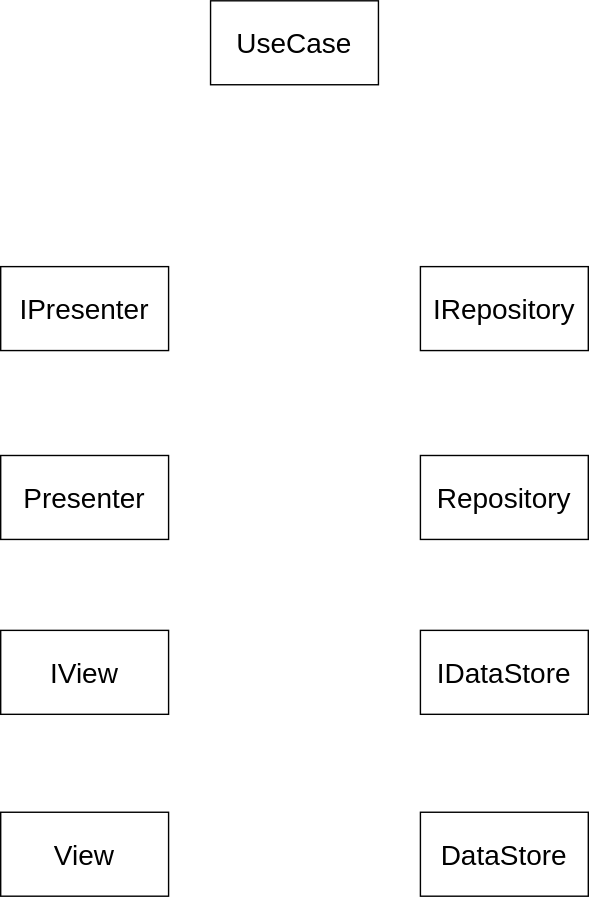
Before: Docs/ProjectArchitecture.svg, a diagram exported from draw.io (ShotaKasuya/CanKicking). Source tidied: cells renumbered, new cells last; positions are measured from the earlier drawing's top-left corner, leaving out a move shared by most shapes. Source of this version:
```xml
<mxGraphModel>
  <root>
    <mxCell id="0" />
    <mxCell id="1" parent="0" />
    <mxCell id="2" value="UseCase" style="rounded=0;whiteSpace=wrap;html=1;fontSize=20;" parent="1" vertex="1">
      <mxGeometry x="150" width="120" height="60" as="geometry" />
    </mxCell>
    <mxCell id="3" value="IPresenter" style="rounded=0;whiteSpace=wrap;html=1;fontSize=20;" parent="1" vertex="1">
      <mxGeometry y="190" width="120" height="60" as="geometry" />
    </mxCell>
    <mxCell id="4" value="IRepository" style="rounded=0;whiteSpace=wrap;html=1;fontSize=20;" parent="1" vertex="1">
      <mxGeometry x="300" y="190" width="120" height="60" as="geometry" />
    </mxCell>
    <mxCell id="5" value="Repository" style="rounded=0;whiteSpace=wrap;html=1;fontSize=20;" parent="1" vertex="1">
      <mxGeometry x="300" y="325" width="120" height="60" as="geometry" />
    </mxCell>
    <mxCell id="6" value="Presenter" style="rounded=0;whiteSpace=wrap;html=1;fontSize=20;" parent="1" vertex="1">
      <mxGeometry y="325" width="120" height="60" as="geometry" />
    </mxCell>
    <mxCell id="7" value="IView" style="rounded=0;whiteSpace=wrap;html=1;fontSize=20;" parent="1" vertex="1">
      <mxGeometry y="450" width="120" height="60" as="geometry" />
    </mxCell>
    <mxCell id="8" value="IDataStore" style="rounded=0;whiteSpace=wrap;html=1;fontSize=20;" parent="1" vertex="1">
      <mxGeometry x="300" y="450" width="120" height="60" as="geometry" />
    </mxCell>
    <mxCell id="9" value="View" style="rounded=0;whiteSpace=wrap;html=1;fontSize=20;" parent="1" vertex="1">
      <mxGeometry y="580" width="120" height="60" as="geometry" />
    </mxCell>
    <mxCell id="10" value="DataStore" style="rounded=0;whiteSpace=wrap;html=1;fontSize=20;" parent="1" vertex="1">
      <mxGeometry x="300" y="580" width="120" height="60" as="geometry" />
    </mxCell>
  </root>
</mxGraphModel>
```
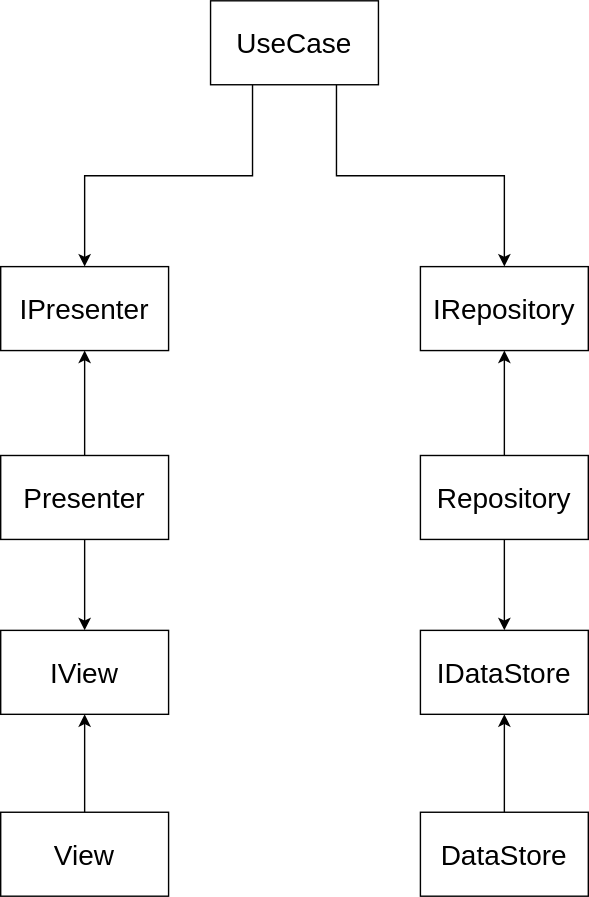
The same diagram one commit later.

What changed in the source:
```diff
@@ -2,6 +2,12 @@
   <root>
     <mxCell id="0" />
     <mxCell id="1" parent="0" />
+    <mxCell id="11" style="edgeStyle=orthogonalEdgeStyle;rounded=0;jettySize=auto;html=1;exitX=0.25;exitY=1;exitDx=0;exitDy=0;entryX=0.5;entryY=0;entryDx=0;entryDy=0;" parent="1" edge="1" source="2" target="3">
+      <mxGeometry relative="1" as="geometry" />
+    </mxCell>
+    <mxCell id="12" style="edgeStyle=orthogonalEdgeStyle;rounded=0;jettySize=auto;html=1;exitX=0.75;exitY=1;exitDx=0;exitDy=0;entryX=0.5;entryY=0;entryDx=0;entryDy=0;" parent="1" edge="1" source="2" target="4">
+      <mxGeometry relative="1" as="geometry" />
+    </mxCell>
     <mxCell id="2" value="UseCase" style="rounded=0;whiteSpace=wrap;html=1;fontSize=20;" parent="1" vertex="1">
       <mxGeometry x="150" width="120" height="60" as="geometry" />
     </mxCell>
@@ -11,9 +17,21 @@
     <mxCell id="4" value="IRepository" style="rounded=0;whiteSpace=wrap;html=1;fontSize=20;" parent="1" vertex="1">
       <mxGeometry x="300" y="190" width="120" height="60" as="geometry" />
     </mxCell>
+    <mxCell id="13" style="edgeStyle=orthogonalEdgeStyle;rounded=0;jettySize=auto;html=1;exitX=0.5;exitY=0;exitDx=0;exitDy=0;entryX=0.5;entryY=1;entryDx=0;entryDy=0;" parent="1" edge="1" source="5" target="4">
+      <mxGeometry relative="1" as="geometry" />
+    </mxCell>
+    <mxCell id="14" style="edgeStyle=orthogonalEdgeStyle;rounded=0;jettySize=auto;html=1;exitX=0.5;exitY=1;exitDx=0;exitDy=0;entryX=0.5;entryY=0;entryDx=0;entryDy=0;" parent="1" edge="1" source="5" target="8">
+      <mxGeometry relative="1" as="geometry" />
+    </mxCell>
     <mxCell id="5" value="Repository" style="rounded=0;whiteSpace=wrap;html=1;fontSize=20;" parent="1" vertex="1">
       <mxGeometry x="300" y="325" width="120" height="60" as="geometry" />
     </mxCell>
+    <mxCell id="15" style="edgeStyle=orthogonalEdgeStyle;rounded=0;jettySize=auto;html=1;exitX=0.5;exitY=0;exitDx=0;exitDy=0;entryX=0.5;entryY=1;entryDx=0;entryDy=0;" parent="1" edge="1" source="6" target="3">
+      <mxGeometry relative="1" as="geometry" />
+    </mxCell>
+    <mxCell id="16" style="edgeStyle=orthogonalEdgeStyle;rounded=0;jettySize=auto;html=1;exitX=0.5;exitY=1;exitDx=0;exitDy=0;entryX=0.5;entryY=0;entryDx=0;entryDy=0;" parent="1" edge="1" source="6" target="7">
+      <mxGeometry relative="1" as="geometry" />
+    </mxCell>
     <mxCell id="6" value="Presenter" style="rounded=0;whiteSpace=wrap;html=1;fontSize=20;" parent="1" vertex="1">
       <mxGeometry y="325" width="120" height="60" as="geometry" />
     </mxCell>
@@ -23,9 +41,15 @@
     <mxCell id="8" value="IDataStore" style="rounded=0;whiteSpace=wrap;html=1;fontSize=20;" parent="1" vertex="1">
       <mxGeometry x="300" y="450" width="120" height="60" as="geometry" />
     </mxCell>
+    <mxCell id="17" style="edgeStyle=orthogonalEdgeStyle;rounded=0;jettySize=auto;html=1;exitX=0.5;exitY=0;exitDx=0;exitDy=0;entryX=0.5;entryY=1;entryDx=0;entryDy=0;" parent="1" edge="1" source="9" target="7">
+      <mxGeometry relative="1" as="geometry" />
+    </mxCell>
     <mxCell id="9" value="View" style="rounded=0;whiteSpace=wrap;html=1;fontSize=20;" parent="1" vertex="1">
       <mxGeometry y="580" width="120" height="60" as="geometry" />
     </mxCell>
+    <mxCell id="18" style="edgeStyle=orthogonalEdgeStyle;rounded=0;jettySize=auto;html=1;exitX=0.5;exitY=0;exitDx=0;exitDy=0;entryX=0.5;entryY=1;entryDx=0;entryDy=0;" parent="1" edge="1" source="10" target="8">
+      <mxGeometry relative="1" as="geometry" />
+    </mxCell>
     <mxCell id="10" value="DataStore" style="rounded=0;whiteSpace=wrap;html=1;fontSize=20;" parent="1" vertex="1">
       <mxGeometry x="300" y="580" width="120" height="60" as="geometry" />
     </mxCell>
```
